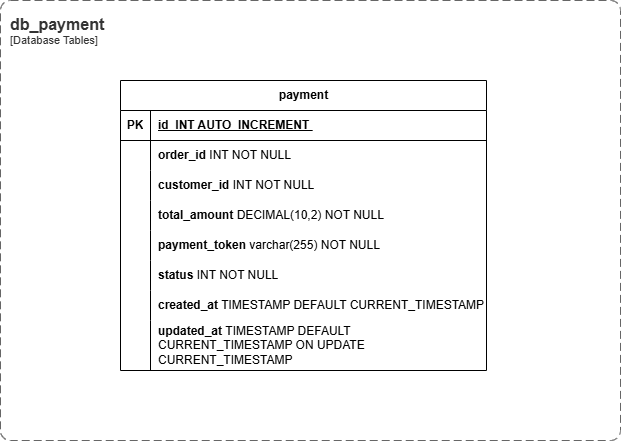
This is Documentation/C4_Sales_System-db-payment.drawio.png from mcyomura/DemoSalesSystemMcy, a draw.io export, as it was before one commit. Source tidied: cells renumbered, new cells last; positions are measured from the earlier drawing's top-left corner, leaving out a move shared by most shapes. Source of this version:
```xml
<mxGraphModel>
  <root>
    <mxCell id="0" />
    <mxCell id="1" parent="0" />
    <mxCell id="2" value="payment" style="shape=table;startSize=30;rowLines=0;fontStyle=1;align=center;html=1;" parent="1" vertex="1">
      <mxGeometry x="120" y="80" width="366" height="290" as="geometry" />
    </mxCell>
    <mxCell id="3" style="shape=tableRow;horizontal=0;startSize=0;swimlaneHead=0;swimlaneBody=0;fillColor=none;top=0;left=0;right=0;bottom=1;" parent="2" vertex="1">
      <mxGeometry y="30" width="366" height="30" as="geometry" />
    </mxCell>
    <mxCell id="4" value="PK" style="shape=partialRectangle;fillColor=none;top=0;left=0;bottom=0;right=0;fontStyle=1;overflow=hidden;whiteSpace=wrap;html=1;" parent="3" vertex="1">
      <mxGeometry width="30" height="30" as="geometry" />
    </mxCell>
    <mxCell id="5" value="id&amp;nbsp;&amp;nbsp;INT AUTO_INCREMENT&amp;nbsp;" style="shape=partialRectangle;fillColor=none;top=0;left=0;bottom=0;right=0;align=left;spacingLeft=6;fontStyle=5;overflow=hidden;whiteSpace=wrap;html=1;" parent="3" vertex="1">
      <mxGeometry x="30" width="336" height="30" as="geometry" />
    </mxCell>
    <mxCell id="6" style="shape=tableRow;horizontal=0;startSize=0;swimlaneHead=0;swimlaneBody=0;fillColor=none;top=0;left=0;right=0;bottom=0;" parent="2" vertex="1">
      <mxGeometry y="60" width="366" height="30" as="geometry" />
    </mxCell>
    <mxCell id="7" style="shape=partialRectangle;fillColor=none;top=0;left=0;bottom=0;right=0;overflow=hidden;whiteSpace=wrap;html=1;" parent="6" vertex="1">
      <mxGeometry width="30" height="30" as="geometry" />
    </mxCell>
    <mxCell id="8" value="&lt;b&gt;order_id &lt;/b&gt;INT NOT NULL" style="shape=partialRectangle;fillColor=none;top=0;left=0;bottom=0;right=0;align=left;spacingLeft=6;overflow=hidden;whiteSpace=wrap;html=1;" parent="6" vertex="1">
      <mxGeometry x="30" width="336" height="30" as="geometry" />
    </mxCell>
    <mxCell id="9" style="shape=tableRow;horizontal=0;startSize=0;swimlaneHead=0;swimlaneBody=0;fillColor=none;top=0;left=0;right=0;bottom=0;" parent="2" vertex="1">
      <mxGeometry y="90" width="366" height="30" as="geometry" />
    </mxCell>
    <mxCell id="10" style="shape=partialRectangle;fillColor=none;top=0;left=0;bottom=0;right=0;overflow=hidden;whiteSpace=wrap;html=1;" parent="9" vertex="1">
      <mxGeometry width="30" height="30" as="geometry" />
    </mxCell>
    <mxCell id="11" value="&lt;b&gt;customer_id &lt;/b&gt;INT NOT NULL" style="shape=partialRectangle;fillColor=none;top=0;left=0;bottom=0;right=0;align=left;spacingLeft=6;overflow=hidden;whiteSpace=wrap;html=1;" parent="9" vertex="1">
      <mxGeometry x="30" width="336" height="30" as="geometry" />
    </mxCell>
    <mxCell id="12" style="shape=tableRow;horizontal=0;startSize=0;swimlaneHead=0;swimlaneBody=0;fillColor=none;top=0;left=0;right=0;bottom=0;" parent="2" vertex="1">
      <mxGeometry y="120" width="366" height="30" as="geometry" />
    </mxCell>
    <mxCell id="13" style="shape=partialRectangle;fillColor=none;top=0;left=0;bottom=0;right=0;overflow=hidden;whiteSpace=wrap;html=1;" parent="12" vertex="1">
      <mxGeometry width="30" height="30" as="geometry" />
    </mxCell>
    <mxCell id="14" value="&lt;b&gt;total_amount &lt;/b&gt;DECIMAL(10,2) NOT NULL" style="shape=partialRectangle;fillColor=none;top=0;left=0;bottom=0;right=0;align=left;spacingLeft=6;overflow=hidden;whiteSpace=wrap;html=1;" parent="12" vertex="1">
      <mxGeometry x="30" width="336" height="30" as="geometry" />
    </mxCell>
    <mxCell id="15" style="shape=tableRow;horizontal=0;startSize=0;swimlaneHead=0;swimlaneBody=0;fillColor=none;top=0;left=0;right=0;bottom=0;" parent="2" vertex="1">
      <mxGeometry y="150" width="366" height="30" as="geometry" />
    </mxCell>
    <mxCell id="16" style="shape=partialRectangle;fillColor=none;top=0;left=0;bottom=0;right=0;overflow=hidden;whiteSpace=wrap;html=1;" parent="15" vertex="1">
      <mxGeometry width="30" height="30" as="geometry" />
    </mxCell>
    <mxCell id="17" value="&lt;b&gt;payment_token &lt;/b&gt;varchar(255) NOT NULL" style="shape=partialRectangle;fillColor=none;top=0;left=0;bottom=0;right=0;align=left;spacingLeft=6;overflow=hidden;whiteSpace=wrap;html=1;" parent="15" vertex="1">
      <mxGeometry x="30" width="336" height="30" as="geometry" />
    </mxCell>
    <mxCell id="18" style="shape=tableRow;horizontal=0;startSize=0;swimlaneHead=0;swimlaneBody=0;fillColor=none;top=0;left=0;right=0;bottom=0;" parent="2" vertex="1">
      <mxGeometry y="180" width="366" height="30" as="geometry" />
    </mxCell>
    <mxCell id="19" style="shape=partialRectangle;fillColor=none;top=0;left=0;bottom=0;right=0;overflow=hidden;whiteSpace=wrap;html=1;" parent="18" vertex="1">
      <mxGeometry width="30" height="30" as="geometry" />
    </mxCell>
    <mxCell id="20" value="&lt;b&gt;status&amp;nbsp;&lt;/b&gt;INT NOT NULL" style="shape=partialRectangle;fillColor=none;top=0;left=0;bottom=0;right=0;align=left;spacingLeft=6;overflow=hidden;whiteSpace=wrap;html=1;" parent="18" vertex="1">
      <mxGeometry x="30" width="336" height="30" as="geometry" />
    </mxCell>
    <mxCell id="21" style="shape=tableRow;horizontal=0;startSize=0;swimlaneHead=0;swimlaneBody=0;fillColor=none;top=0;left=0;right=0;bottom=0;" parent="2" vertex="1">
      <mxGeometry y="210" width="366" height="30" as="geometry" />
    </mxCell>
    <mxCell id="22" style="shape=partialRectangle;fillColor=none;top=0;left=0;bottom=0;right=0;overflow=hidden;whiteSpace=wrap;html=1;" parent="21" vertex="1">
      <mxGeometry width="30" height="30" as="geometry" />
    </mxCell>
    <mxCell id="23" value="&lt;b&gt;created_at&lt;/b&gt; TIMESTAMP DEFAULT CURRENT_TIMESTAMP" style="shape=partialRectangle;fillColor=none;top=0;left=0;bottom=0;right=0;align=left;spacingLeft=6;overflow=hidden;whiteSpace=wrap;html=1;" parent="21" vertex="1">
      <mxGeometry x="30" width="336" height="30" as="geometry" />
    </mxCell>
    <mxCell id="24" style="shape=tableRow;horizontal=0;startSize=0;swimlaneHead=0;swimlaneBody=0;fillColor=none;top=0;left=0;right=0;bottom=0;" parent="2" vertex="1">
      <mxGeometry y="240" width="366" height="50" as="geometry" />
    </mxCell>
    <mxCell id="25" style="shape=partialRectangle;fillColor=none;top=0;left=0;bottom=0;right=0;overflow=hidden;whiteSpace=wrap;html=1;" parent="24" vertex="1">
      <mxGeometry width="30" height="50" as="geometry" />
    </mxCell>
    <mxCell id="26" value="&lt;b&gt;updated_at &lt;/b&gt;TIMESTAMP DEFAULT CURRENT_TIMESTAMP ON UPDATE CURRENT_TIMESTAMP" style="shape=partialRectangle;fillColor=none;top=0;left=0;bottom=0;right=0;align=left;spacingLeft=6;overflow=hidden;whiteSpace=wrap;html=1;" parent="24" vertex="1">
      <mxGeometry x="30" width="336" height="50" as="geometry" />
    </mxCell>
    <object id="27" label="&lt;font style=&quot;font-size: 16px&quot;&gt;&lt;b&gt;&lt;div style=&quot;text-align: left&quot;&gt;%c4Name%&lt;/div&gt;&lt;/b&gt;&lt;/font&gt;&lt;div style=&quot;text-align: left&quot;&gt;[%c4Application%]&lt;/div&gt;" c4Application="Database Tables" c4Name="db_payment" c4Type="SystemScopeBoundary" placeholders="1">
      <mxCell style="rounded=1;fontSize=11;whiteSpace=wrap;html=1;dashed=1;arcSize=20;fillColor=none;strokeColor=#666666;fontColor=#333333;labelBackgroundColor=none;align=left;verticalAlign=top;labelBorderColor=none;spacingTop=0;spacing=10;dashPattern=8 4;perimeter=rectanglePerimeter;noLabel=0;labelPadding=0;absoluteArcSize=1;" parent="1" vertex="1">
        <mxGeometry width="620" height="440" as="geometry" />
      </mxCell>
    </object>
  </root>
</mxGraphModel>
```
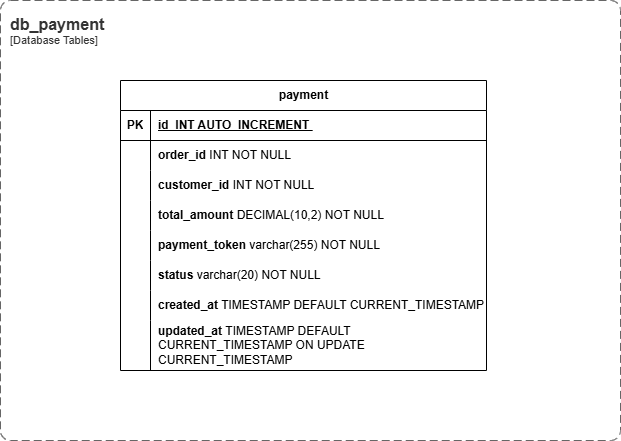
After the change.

The edit, as a diff of the source:
```diff
@@ -56,7 +56,7 @@
     <mxCell id="19" style="shape=partialRectangle;fillColor=none;top=0;left=0;bottom=0;right=0;overflow=hidden;whiteSpace=wrap;html=1;" parent="18" vertex="1">
       <mxGeometry width="30" height="30" as="geometry" />
     </mxCell>
-    <mxCell id="20" value="&lt;b&gt;status&amp;nbsp;&lt;/b&gt;INT NOT NULL" style="shape=partialRectangle;fillColor=none;top=0;left=0;bottom=0;right=0;align=left;spacingLeft=6;overflow=hidden;whiteSpace=wrap;html=1;" parent="18" vertex="1">
+    <mxCell id="20" value="&lt;b&gt;status &lt;/b&gt;varchar(20)&amp;nbsp;NOT NULL" style="shape=partialRectangle;fillColor=none;top=0;left=0;bottom=0;right=0;align=left;spacingLeft=6;overflow=hidden;whiteSpace=wrap;html=1;" parent="18" vertex="1">
       <mxGeometry x="30" width="336" height="30" as="geometry" />
     </mxCell>
     <mxCell id="21" style="shape=tableRow;horizontal=0;startSize=0;swimlaneHead=0;swimlaneBody=0;fillColor=none;top=0;left=0;right=0;bottom=0;" parent="2" vertex="1">
```
